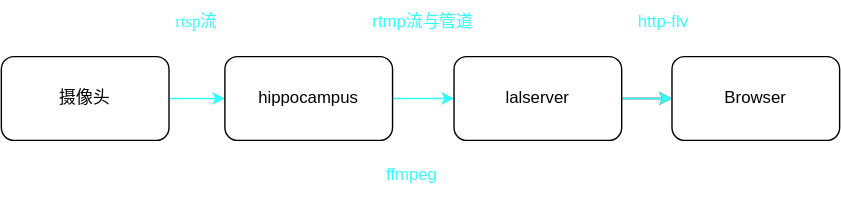
Before: docs/images/pipeline.svg, a diagram exported from draw.io (open-v2x/hippocampus). Source tidied: cells renumbered, new cells last; positions are measured from the earlier drawing's top-left corner, leaving out a move shared by most shapes.
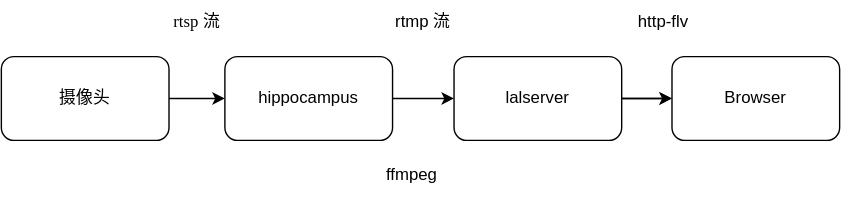
Above is the later version.

Change to the diagram source:
```diff
@@ -2,22 +2,22 @@
   <root>
     <mxCell id="0" />
     <mxCell id="1" parent="0" />
-    <mxCell id="2" style="edgeStyle=none;html=1;strokeColor=#33FFFF;" parent="1" edge="1" source="3" target="5">
+    <mxCell id="2" style="edgeStyle=none;html=1;strokeColor=#000000;" parent="1" edge="1" source="3" target="5">
       <mxGeometry relative="1" as="geometry" />
     </mxCell>
     <mxCell id="3" value="摄像头" style="rounded=1;whiteSpace=wrap;html=1;" parent="1" vertex="1">
       <mxGeometry y="40" width="120" height="60" as="geometry" />
     </mxCell>
-    <mxCell id="4" style="edgeStyle=none;html=1;strokeColor=#33FFFF;" parent="1" edge="1" source="5" target="8">
+    <mxCell id="4" style="edgeStyle=none;html=1;strokeColor=#000000;" parent="1" edge="1" source="5" target="8">
       <mxGeometry relative="1" as="geometry" />
     </mxCell>
     <mxCell id="5" value="hippocampus" style="rounded=1;whiteSpace=wrap;html=1;" parent="1" vertex="1">
       <mxGeometry x="160" y="40" width="120" height="60" as="geometry" />
     </mxCell>
-    <mxCell id="6" style="edgeStyle=none;html=1;" parent="1" edge="1" source="8" target="9">
+    <mxCell id="6" style="edgeStyle=none;html=1;strokeColor=#000000;" parent="1" edge="1" source="8" target="9">
       <mxGeometry relative="1" as="geometry" />
     </mxCell>
-    <mxCell id="7" style="edgeStyle=none;html=1;strokeColor=#33FFFF;" parent="1" edge="1" source="8" target="9">
+    <mxCell id="7" style="edgeStyle=none;html=1;strokeColor=#000000;" parent="1" edge="1" source="8" target="9">
       <mxGeometry relative="1" as="geometry" />
     </mxCell>
     <mxCell id="8" value="lalserver" style="rounded=1;whiteSpace=wrap;html=1;" parent="1" vertex="1">
@@ -26,16 +26,16 @@
     <mxCell id="9" value="Browser" style="rounded=1;whiteSpace=wrap;html=1;" parent="1" vertex="1">
       <mxGeometry x="480" y="40" width="120" height="60" as="geometry" />
     </mxCell>
-    <mxCell id="10" value="&lt;font face=&quot;Tahoma&quot; color=&quot;#33ffff&quot;&gt;rtsp流&lt;/font&gt;" style="text;html=1;strokeColor=none;fillColor=none;align=center;verticalAlign=middle;whiteSpace=wrap;rounded=0;" parent="1" vertex="1">
+    <mxCell id="10" value="&lt;font face=&quot;Tahoma&quot;&gt;rtsp 流&lt;/font&gt;" style="text;html=1;strokeColor=none;fillColor=none;align=center;verticalAlign=middle;whiteSpace=wrap;rounded=0;" parent="1" vertex="1">
       <mxGeometry x="110" width="60" height="30" as="geometry" />
     </mxCell>
-    <mxCell id="11" value="&lt;font color=&quot;#33ffff&quot;&gt;rtmp流与管道&lt;/font&gt;" style="text;html=1;strokeColor=none;fillColor=none;align=center;verticalAlign=middle;whiteSpace=wrap;rounded=0;" parent="1" vertex="1">
+    <mxCell id="11" value="rtmp 流" style="text;html=1;strokeColor=none;fillColor=none;align=center;verticalAlign=middle;whiteSpace=wrap;rounded=0;" parent="1" vertex="1">
       <mxGeometry x="264" width="76" height="30" as="geometry" />
     </mxCell>
-    <mxCell id="12" value="&lt;font color=&quot;#33ffff&quot;&gt;ffmpeg&lt;/font&gt;" style="text;html=1;strokeColor=none;fillColor=none;align=center;verticalAlign=middle;whiteSpace=wrap;rounded=0;" parent="1" vertex="1">
+    <mxCell id="12" value="ffmpeg" style="text;html=1;strokeColor=none;fillColor=none;align=center;verticalAlign=middle;whiteSpace=wrap;rounded=0;" parent="1" vertex="1">
       <mxGeometry x="264" y="110" width="60" height="30" as="geometry" />
     </mxCell>
-    <mxCell id="13" value="&lt;font color=&quot;#33ffff&quot;&gt;http-flv&lt;/font&gt;" style="text;html=1;strokeColor=none;fillColor=none;align=center;verticalAlign=middle;whiteSpace=wrap;rounded=0;" parent="1" vertex="1">
+    <mxCell id="13" value="http-flv" style="text;html=1;strokeColor=none;fillColor=none;align=center;verticalAlign=middle;whiteSpace=wrap;rounded=0;" parent="1" vertex="1">
       <mxGeometry x="444" width="60" height="30" as="geometry" />
     </mxCell>
   </root>
```
